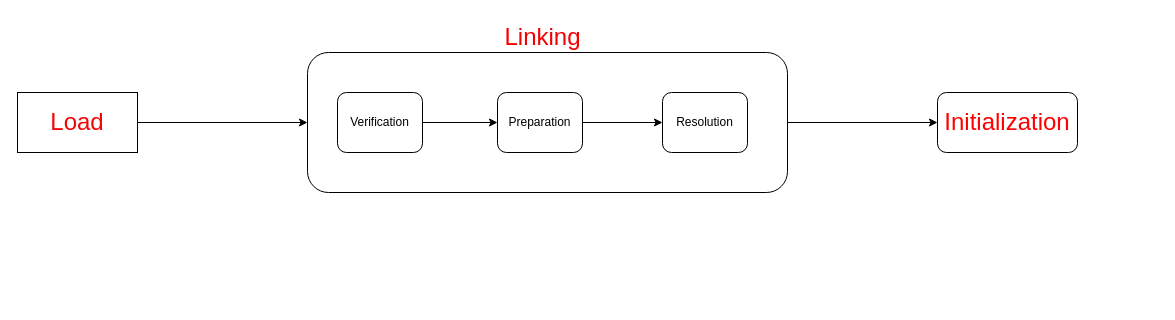
Earlier version of the draw.io diagram ClassLoaderSteps.drawio (JoeChen-YT/JVM-Document). Source tidied: cells renumbered, new cells numbered last; positions are measured from the earlier drawing's top-left corner, leaving out a move shared by most shapes. Both pictures are drawn from the tidied source at 100%, with x=0, y=0 at pixel (17, 17).
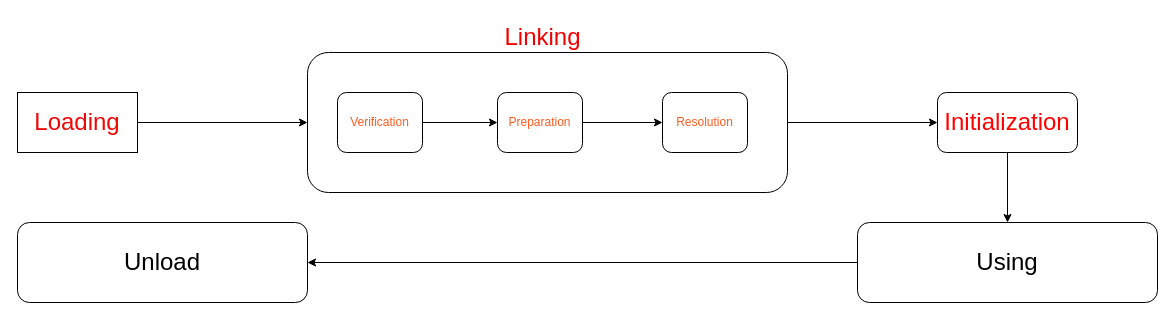
After the change.

The edit, as a diff of the source:
```diff
@@
 <mxGraphModel>
   <root>
     <mxCell id="0" />
     <mxCell id="1" parent="0" />
     <mxCell id="2" style="edgeStyle=orthogonalEdgeStyle;rounded=0;jettySize=auto;html=1;entryX=0;entryY=0.5;entryDx=0;entryDy=0;" parent="1" edge="1" source="3" target="5">
       <mxGeometry relative="1" as="geometry" />
     </mxCell>
-    <mxCell id="3" value="&lt;font style=&quot;font-size: 24px;&quot;&gt;Load&lt;/font&gt;" style="rounded=0;whiteSpace=wrap;html=1;fontSize=24;fontColor=#f20707;" parent="1" vertex="1">
+    <mxCell id="3" value="&lt;font style=&quot;font-size: 24px;&quot;&gt;Loading&lt;/font&gt;" style="rounded=0;whiteSpace=wrap;html=1;fontSize=24;fontColor=#f20707;" parent="1" vertex="1">
       <mxGeometry y="75" width="120" height="60" as="geometry" />
     </mxCell>
     <mxCell id="4" style="edgeStyle=orthogonalEdgeStyle;rounded=0;jettySize=auto;html=1;" parent="1" edge="1" source="5" target="11">
       <mxGeometry relative="1" as="geometry" />
     </mxCell>
     <mxCell id="5" style="rounded=1;whiteSpace=wrap;html=1;" parent="1" vertex="1">
       <mxGeometry x="290" y="35" width="480" height="140" as="geometry" />
     </mxCell>
     <mxCell id="6" style="edgeStyle=orthogonalEdgeStyle;rounded=0;jettySize=auto;html=1;" parent="1" edge="1" source="7" target="9">
       <mxGeometry relative="1" as="geometry" />
     </mxCell>
-    <mxCell id="7" value="Verification" style="rounded=1;whiteSpace=wrap;html=1;" parent="1" vertex="1">
+    <mxCell id="7" value="Verification" style="rounded=1;whiteSpace=wrap;html=1;fontColor=#FF5A1F;" parent="1" vertex="1">
       <mxGeometry x="320" y="75" width="85" height="60" as="geometry" />
     </mxCell>
     <mxCell id="8" style="edgeStyle=orthogonalEdgeStyle;rounded=0;jettySize=auto;html=1;" parent="1" edge="1" source="9" target="10">
       <mxGeometry relative="1" as="geometry" />
     </mxCell>
-    <mxCell id="9" value="Preparation" style="whiteSpace=wrap;html=1;rounded=1;" parent="1" vertex="1">
+    <mxCell id="9" value="Preparation" style="whiteSpace=wrap;html=1;rounded=1;fontColor=#FF5A1F;" parent="1" vertex="1">
       <mxGeometry x="480" y="75" width="85" height="60" as="geometry" />
     </mxCell>
-    <mxCell id="10" value="Resolution" style="whiteSpace=wrap;html=1;rounded=1;" parent="1" vertex="1">
+    <mxCell id="10" value="Resolution" style="whiteSpace=wrap;html=1;rounded=1;fontColor=#FF5A1F;" parent="1" vertex="1">
       <mxGeometry x="645" y="75" width="85" height="60" as="geometry" />
     </mxCell>
+    <mxCell id="13" style="edgeStyle=orthogonalEdgeStyle;rounded=0;jettySize=auto;html=1;" parent="1" edge="1" source="11" target="15">
+      <mxGeometry relative="1" as="geometry" />
+    </mxCell>
     <mxCell id="11" value="Initialization" style="whiteSpace=wrap;html=1;rounded=1;fontSize=24;fontColor=#ff0000;" parent="1" vertex="1">
       <mxGeometry x="920" y="75" width="140" height="60" as="geometry" />
     </mxCell>
     <mxCell id="12" value="Linking" style="text;html=1;align=center;verticalAlign=middle;strokeColor=none;fillColor=none;fontSize=24;fontColor=#f50000;" parent="1" vertex="1">
       <mxGeometry x="475" width="100" height="40" as="geometry" />
     </mxCell>
+    <mxCell id="14" style="edgeStyle=orthogonalEdgeStyle;rounded=0;jettySize=auto;html=1;" parent="1" edge="1" source="15" target="16">
+      <mxGeometry relative="1" as="geometry" />
+    </mxCell>
+    <mxCell id="15" value="Using" style="whiteSpace=wrap;html=1;fontSize=24;fontColor=#000000;rounded=1;strokeColor=#000000;" parent="1" vertex="1">
+      <mxGeometry x="840" y="205" width="300" height="80" as="geometry" />
+    </mxCell>
+    <mxCell id="16" value="Unload" style="whiteSpace=wrap;html=1;fontSize=24;fontColor=#000000;rounded=1;" parent="1" vertex="1">
+      <mxGeometry y="205" width="290" height="80" as="geometry" />
+    </mxCell>
   </root>
 </mxGraphModel>
```
